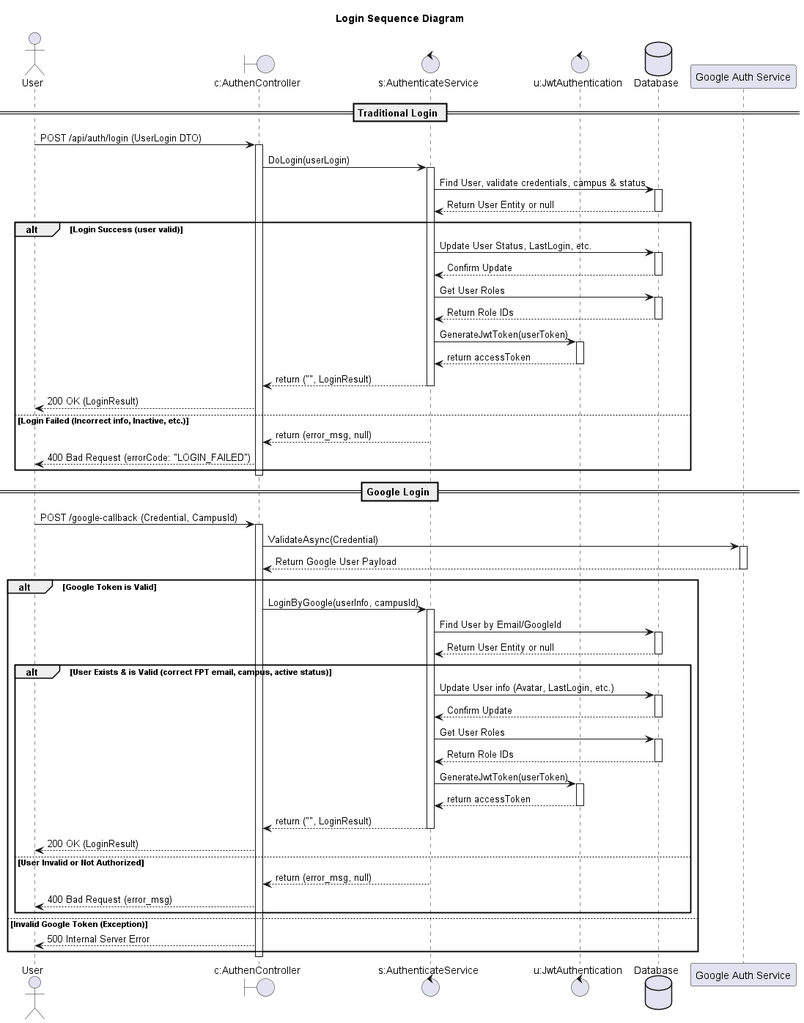
This is design/out/loginsequencediagram/loginsequencediagram.png from conghoan1211/AI-Kiosk-Testing-system, a PlantUML export, as it was before one commit.
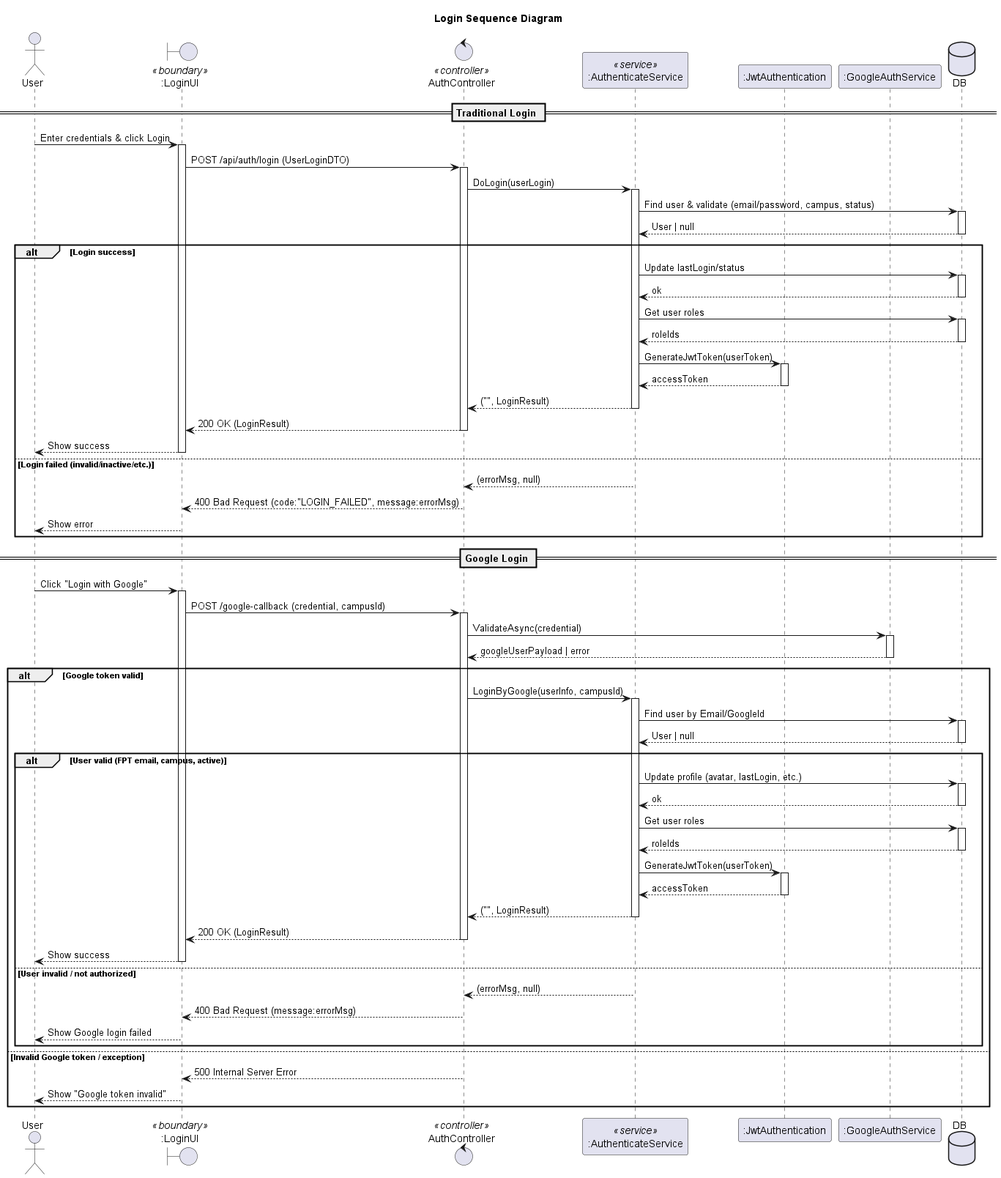
Later version of the same file.

The edit, as a diff of the source:
```diff
@@ -1,104 +1,118 @@
 @startuml
-
 title Login Sequence Diagram
 
 actor "User" as Client
-
-boundary "c:AuthenController" as Controller
-control "s:AuthenticateService" as Service
-control "u:JwtAuthentication" as JwtUtil
-database "Database" as DB
-participant "Google Auth Service" as Google
+boundary ":LoginUI" as UI <<boundary>>
+control "AuthController" as Controller <<controller>>
+participant ":AuthenticateService" as Service <<service>>
+participant ":JwtAuthentication" as JwtUtil
+participant ":GoogleAuthService" as Google
+database "DB" as DB
 
 == Traditional Login ==
 
-Client -> Controller: POST /api/auth/login (UserLogin DTO)
+Client -> UI: Enter credentials & click Login
+activate UI
+UI -> Controller: POST /api/auth/login (UserLoginDTO)
 activate Controller
 
 Controller -> Service: DoLogin(userLogin)
 activate Service
 
-Service -> DB: Find User, validate credentials, campus & status
+Service -> DB: Find user & validate (email/password, campus, status)
 activate DB
-DB --> Service: Return User Entity or null
+DB --> Service: User | null
 deactivate DB
 
-alt Login Success (user valid)
-    Service -> DB: Update User Status, LastLogin, etc.
+alt Login success
+  Service -> DB: Update lastLogin/status
+  activate DB
+  DB --> Service: ok
+  deactivate DB
+
+  Service -> DB: Get user roles
+  activate DB
+  DB --> Service: roleIds
+  deactivate DB
+
+  Service -> JwtUtil: GenerateJwtToken(userToken)
+  activate JwtUtil
+  JwtUtil --> Service: accessToken
+  deactivate JwtUtil
+
+  Service --> Controller: ("", LoginResult)
+  deactivate Service
+  Controller --> UI: 200 OK (LoginResult)
+  deactivate Controller
+  UI --> Client: Show success
+  deactivate UI
+
+else Login failed (invalid/inactive/etc.)
+  Service --> Controller: (errorMsg, null)
+  deactivate Service
+  Controller --> UI: 400 Bad Request (code:"LOGIN_FAILED", message:errorMsg)
+  deactivate Controller
+  UI --> Client: Show error
+  deactivate UI
+end
+
+== Google Login ==
+
+Client -> UI: Click "Login with Google"
+activate UI
+UI -> Controller: POST /google-callback (credential, campusId)
+activate Controller
+
+Controller -> Google: ValidateAsync(credential)
+activate Google
+Google --> Controller: googleUserPayload | error
+deactivate Google
+
+alt Google token valid
+  Controller -> Service: LoginByGoogle(userInfo, campusId)
+  activate Service
+
+  Service -> DB: Find user by Email/GoogleId
+  activate DB
+  DB --> Service: User | null
+  deactivate DB
+
+  alt User valid (FPT email, campus, active)
+    Service -> DB: Update profile (avatar, lastLogin, etc.)
     activate DB
-    DB --> Service: Confirm Update
+    DB --> Service: ok
     deactivate DB
 
-    Service -> DB: Get User Roles
+    Service -> DB: Get user roles
     activate DB
-    DB --> Service: Return Role IDs
+    DB --> Service: roleIds
     deactivate DB
 
     Service -> JwtUtil: GenerateJwtToken(userToken)
     activate JwtUtil
-    JwtUtil --> Service: return accessToken
+    JwtUtil --> Service: accessToken
     deactivate JwtUtil
 
-    Service --> Controller: return ("", LoginResult)
+    Service --> Controller: ("", LoginResult)
     deactivate Service
+    Controller --> UI: 200 OK (LoginResult)
+    deactivate Controller
+    UI --> Client: Show success
+    deactivate UI
 
-    Controller --> Client: 200 OK (LoginResult)
+  else User invalid / not authorized
+    Service --> Controller: (errorMsg, null)
+    deactivate Service
+    Controller --> UI: 400 Bad Request (message:errorMsg)
+    deactivate Controller
+    UI --> Client: Show Google login failed
+    deactivate UI
+  end
 
-else Login Failed (Incorrect info, Inactive, etc.)
-    Service --> Controller: return (error_msg, null)
-    deactivate Service
-    Controller --> Client: 400 Bad Request (errorCode: "LOGIN_FAILED")
+else Invalid Google token / exception
+  Controller --> UI: 500 Internal Server Error
+  deactivate Controller
+  UI --> Client: Show "Google token invalid"
+  deactivate UI
 end
-
-deactivate Controller
-
-== Google Login ==
-
-Client -> Controller: POST /google-callback (Credential, CampusId)
-activate Controller
-
-Controller -> Google: ValidateAsync(Credential)
-activate Google
-Google --> Controller: Return Google User Payload
-deactivate Google
-
-alt Google Token is Valid
-    Controller -> Service: LoginByGoogle(userInfo, campusId)
-    activate Service
-
-    Service -> DB: Find User by Email/GoogleId
-    activate DB
-    DB --> Service: Return User Entity or null
-    deactivate DB
-
-    alt User Exists & is Valid (correct FPT email, campus, active status)
-        Service -> DB: Update User info (Avatar, LastLogin, etc.)
-        activate DB
-        DB --> Service: Confirm Update
-        deactivate DB
-
-        Service -> DB: Get User Roles
-        activate DB
-        DB --> Service: Return Role IDs
-        deactivate DB
-
-        Service -> JwtUtil: GenerateJwtToken(userToken)
-        activate JwtUtil
-        JwtUtil --> Service: return accessToken
-        deactivate JwtUtil
-
-        Service --> Controller: return ("", LoginResult)
-        deactivate Service
-
-        Controller --> Client: 200 OK (LoginResult)
-    else User Invalid or Not Authorized
-        Service --> Controller: return (error_msg, null)
-        deactivate Service
-        Controller --> Client: 400 Bad Request (error_msg)
-    end
-else Invalid Google Token (Exception)
-    Controller --> Client: 500 Internal Server Error
-end
-deactivate Controller
-
 @enduml
```
